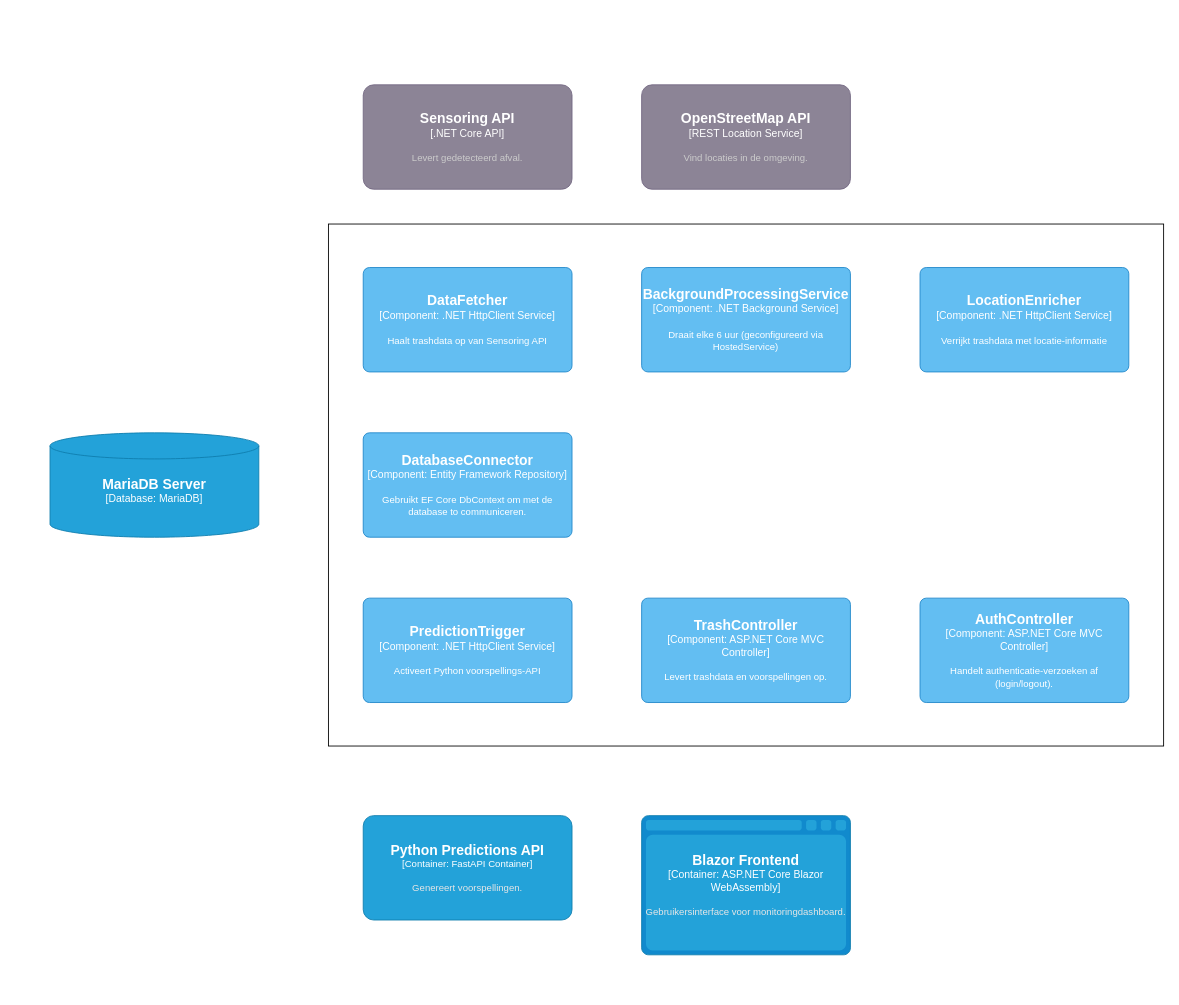
ChrisHorler/ICT1_4_ZwerfAfval keeps this draw.io diagram as documentation/C4/mainApiLayer3.drawio. Above is the earlier version. Source tidied: cells renumbered, new cells numbered last; positions are measured from the earlier drawing's top-left corner, leaving out a move shared by most shapes. Both pictures are drawn from the tidied source at 87%, with x=0, y=0 at pixel (50, 84).
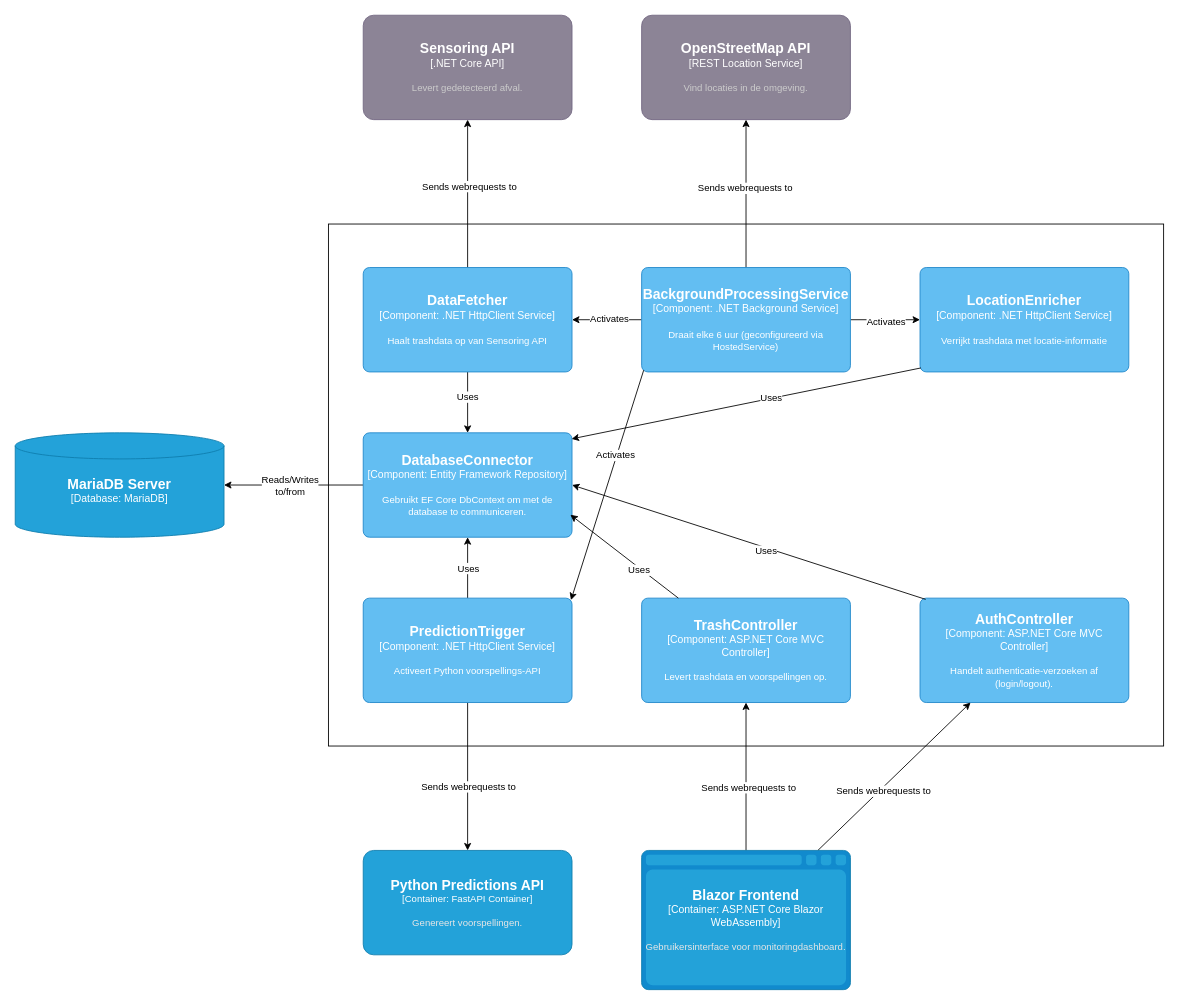
The same page after the edit.

Commit message (it also covers changes not shown here):
final design (hopefully)

Unchanged cells that the change refers to:
```xml
<object id="4" label="&lt;font style=&quot;font-size: 16px&quot;&gt;&lt;b&gt;%c4Name%&lt;/b&gt;&lt;/font&gt;&lt;div&gt;[%c4Type%: %c4Technology%]&lt;/div&gt;&lt;br&gt;&lt;div&gt;&lt;font style=&quot;font-size: 11px&quot;&gt;%c4Description%&lt;/font&gt;&lt;/div&gt;" c4Description="Handelt authenticatie-verzoeken af (login/logout)." c4Name="AuthController" c4Technology="ASP.NET Core MVC Controller" c4Type="Component" placeholders="1">
  <mxCell style="rounded=1;whiteSpace=wrap;html=1;labelBackgroundColor=none;fillColor=#63BEF2;fontColor=#ffffff;align=center;arcSize=6;strokeColor=#2086C9;points=[[0.25,0,0],[0.5,0,0],[0.75,0,0],[1,0.25,0],[1,0.5,0],[1,0.75,0],[0.75,1,0],[0.5,1,0],[0.25,1,0],[0,0.75,0],[0,0.5,0],[0,0.25,0]];" parent="1" vertex="1">
    <mxGeometry x="1000" y="590" width="240" height="120" as="geometry" />
  </mxCell>
</object>
<object id="6" label="&lt;font style=&quot;font-size: 16px&quot;&gt;&lt;b&gt;%c4Name%&lt;/b&gt;&lt;/font&gt;&lt;div&gt;[%c4Type%: %c4Technology%]&lt;/div&gt;&lt;br&gt;&lt;div&gt;&lt;font style=&quot;font-size: 11px&quot;&gt;%c4Description%&lt;/font&gt;&lt;/div&gt;" c4Description="Levert trashdata en voorspellingen op." c4Name="TrashController" c4Technology="ASP.NET Core MVC Controller" c4Type="Component" placeholders="1">
  <mxCell style="rounded=1;whiteSpace=wrap;html=1;labelBackgroundColor=none;fillColor=#63BEF2;fontColor=#ffffff;align=center;arcSize=6;strokeColor=#2086C9;points=[[0.25,0,0],[0.5,0,0],[0.75,0,0],[1,0.25,0],[1,0.5,0],[1,0.75,0],[0.75,1,0],[0.5,1,0],[0.25,1,0],[0,0.75,0],[0,0.5,0],[0,0.25,0]];" parent="1" vertex="1">
    <mxGeometry x="680" y="590" width="240" height="120" as="geometry" />
  </mxCell>
</object>
<object id="7" label="&lt;font style=&quot;font-size: 16px&quot;&gt;&lt;b&gt;%c4Name%&lt;/b&gt;&lt;/font&gt;&lt;div&gt;[%c4Type%: %c4Technology%]&lt;/div&gt;&lt;br&gt;&lt;div&gt;&lt;font style=&quot;font-size: 11px&quot;&gt;%c4Description%&lt;/font&gt;&lt;/div&gt;" c4Description="Draait elke 6 uur (geconfigureerd via HostedService)" c4Name="BackgroundProcessingService" c4Technology=".NET Background Service" c4Type="Component" placeholders="1">
  <mxCell style="rounded=1;whiteSpace=wrap;html=1;labelBackgroundColor=none;fillColor=#63BEF2;fontColor=#ffffff;align=center;arcSize=6;strokeColor=#2086C9;points=[[0.25,0,0],[0.5,0,0],[0.75,0,0],[1,0.25,0],[1,0.5,0],[1,0.75,0],[0.75,1,0],[0.5,1,0],[0.25,1,0],[0,0.75,0],[0,0.5,0],[0,0.25,0]];" parent="1" vertex="1">
    <mxGeometry x="680" y="210" width="240" height="120" as="geometry" />
  </mxCell>
</object>
<object id="8" label="&lt;font style=&quot;font-size: 16px&quot;&gt;&lt;b&gt;%c4Name%&lt;/b&gt;&lt;/font&gt;&lt;div&gt;[%c4Type%: %c4Technology%]&lt;/div&gt;&lt;br&gt;&lt;div&gt;&lt;font style=&quot;font-size: 11px&quot;&gt;%c4Description%&lt;/font&gt;&lt;/div&gt;" c4Description="Haalt trashdata op van Sensoring API" c4Name="DataFetcher" c4Technology=".NET HttpClient Service" c4Type="Component" placeholders="1">
  <mxCell style="rounded=1;whiteSpace=wrap;html=1;labelBackgroundColor=none;fillColor=#63BEF2;fontColor=#ffffff;align=center;arcSize=6;strokeColor=#2086C9;points=[[0.25,0,0],[0.5,0,0],[0.75,0,0],[1,0.25,0],[1,0.5,0],[1,0.75,0],[0.75,1,0],[0.5,1,0],[0.25,1,0],[0,0.75,0],[0,0.5,0],[0,0.25,0]];" parent="1" vertex="1">
    <mxGeometry x="360" y="210" width="240" height="120" as="geometry" />
  </mxCell>
</object>
<object id="9" label="&lt;font style=&quot;font-size: 16px&quot;&gt;&lt;b&gt;%c4Name%&lt;/b&gt;&lt;/font&gt;&lt;div&gt;[%c4Type%: %c4Technology%]&lt;/div&gt;&lt;br&gt;&lt;div&gt;&lt;font style=&quot;font-size: 11px&quot;&gt;%c4Description%&lt;/font&gt;&lt;/div&gt;" c4Description="Verrijkt trashdata met locatie-informatie" c4Name="LocationEnricher" c4Technology=".NET HttpClient Service" c4Type="Component" placeholders="1">
  <mxCell style="rounded=1;whiteSpace=wrap;html=1;labelBackgroundColor=none;fillColor=#63BEF2;fontColor=#ffffff;align=center;arcSize=6;strokeColor=#2086C9;points=[[0.25,0,0],[0.5,0,0],[0.75,0,0],[1,0.25,0],[1,0.5,0],[1,0.75,0],[0.75,1,0],[0.5,1,0],[0.25,1,0],[0,0.75,0],[0,0.5,0],[0,0.25,0]];" parent="1" vertex="1">
    <mxGeometry x="1000" y="210" width="240" height="120" as="geometry" />
  </mxCell>
</object>
<object id="10" label="&lt;font style=&quot;font-size: 16px&quot;&gt;&lt;b&gt;%c4Name%&lt;/b&gt;&lt;/font&gt;&lt;div&gt;[%c4Type%: %c4Technology%]&lt;/div&gt;&lt;br&gt;&lt;div&gt;&lt;font style=&quot;font-size: 11px&quot;&gt;%c4Description%&lt;/font&gt;&lt;/div&gt;" c4Description="Gebruikt EF Core DbContext om met de database to communiceren." c4Name="DatabaseConnector" c4Technology="Entity Framework Repository" c4Type="Component" placeholders="1">
  <mxCell style="rounded=1;whiteSpace=wrap;html=1;labelBackgroundColor=none;fillColor=#63BEF2;fontColor=#ffffff;align=center;arcSize=6;strokeColor=#2086C9;points=[[0.25,0,0],[0.5,0,0],[0.75,0,0],[1,0.25,0],[1,0.5,0],[1,0.75,0],[0.75,1,0],[0.5,1,0],[0.25,1,0],[0,0.75,0],[0,0.5,0],[0,0.25,0]];" parent="1" vertex="1">
    <mxGeometry x="360" y="400" width="240" height="120" as="geometry" />
  </mxCell>
</object>
<object id="11" label="&lt;font style=&quot;font-size: 16px&quot;&gt;&lt;b&gt;%c4Name%&lt;/b&gt;&lt;/font&gt;&lt;div&gt;[%c4Type%: %c4Technology%]&lt;/div&gt;&lt;br&gt;&lt;div&gt;&lt;font style=&quot;font-size: 11px&quot;&gt;%c4Description%&lt;/font&gt;&lt;/div&gt;" c4Description="Activeert Python voorspellings-API" c4Name="PredictionTrigger" c4Technology=".NET HttpClient Service" c4Type="Component" placeholders="1">
  <mxCell style="rounded=1;whiteSpace=wrap;html=1;labelBackgroundColor=none;fillColor=#63BEF2;fontColor=#ffffff;align=center;arcSize=6;strokeColor=#2086C9;points=[[0.25,0,0],[0.5,0,0],[0.75,0,0],[1,0.25,0],[1,0.5,0],[1,0.75,0],[0.75,1,0],[0.5,1,0],[0.25,1,0],[0,0.75,0],[0,0.5,0],[0,0.25,0]];" parent="1" vertex="1">
    <mxGeometry x="360" y="590" width="240" height="120" as="geometry" />
  </mxCell>
</object>
```

Diff of the diagram source:
```diff
@@
     <object id="3" label="&lt;font style=&quot;font-size: 16px&quot;&gt;&lt;b&gt;%c4Name%&lt;/b&gt;&lt;/font&gt;&lt;div&gt;[%c4Type%]&lt;/div&gt;&lt;br&gt;&lt;div&gt;&lt;font style=&quot;font-size: 11px&quot;&gt;&lt;font color=&quot;#cccccc&quot;&gt;%c4Description%&lt;/font&gt;&lt;/div&gt;" c4Description="Vind locaties in de omgeving." c4Name="OpenStreetMap API" c4Type="REST Location Service" placeholders="1">
       <mxCell style="rounded=1;whiteSpace=wrap;html=1;labelBackgroundColor=none;fillColor=#8C8496;fontColor=#ffffff;align=center;arcSize=10;strokeColor=#736782;points=[[0.25,0,0],[0.5,0,0],[0.75,0,0],[1,0.25,0],[1,0.5,0],[1,0.75,0],[0.75,1,0],[0.5,1,0],[0.25,1,0],[0,0.75,0],[0,0.5,0],[0,0.25,0]];" parent="1" vertex="1">
-        <mxGeometry x="680" width="240" height="120" as="geometry" />
+        <mxGeometry x="680" y="-80" width="240" height="120" as="geometry" />
       </mxCell>
     </object>
@@
     <object id="5" label="&lt;font style=&quot;font-size: 16px&quot;&gt;&lt;b&gt;%c4Name%&lt;/b&gt;&lt;/font&gt;&lt;div&gt;[%c4Type%]&lt;/div&gt;&lt;br&gt;&lt;div&gt;&lt;font style=&quot;font-size: 11px&quot;&gt;&lt;font color=&quot;#cccccc&quot;&gt;%c4Description%&lt;/font&gt;&lt;/div&gt;" c4Description="Levert gedetecteerd afval." c4Name="Sensoring API" c4Type=".NET Core API" placeholders="1">
       <mxCell style="rounded=1;whiteSpace=wrap;html=1;labelBackgroundColor=none;fillColor=#8C8496;fontColor=#ffffff;align=center;arcSize=10;strokeColor=#736782;points=[[0.25,0,0],[0.5,0,0],[0.75,0,0],[1,0.25,0],[1,0.5,0],[1,0.75,0],[0.75,1,0],[0.5,1,0],[0.25,1,0],[0,0.75,0],[0,0.5,0],[0,0.25,0]];" parent="1" vertex="1">
-        <mxGeometry x="360" width="240" height="120" as="geometry" />
+        <mxGeometry x="360" y="-80" width="240" height="120" as="geometry" />
       </mxCell>
     </object>
@@
+    <mxCell id="15" style="edgeStyle=orthogonalEdgeStyle;rounded=0;jettySize=auto;html=1;" parent="1" edge="1" source="7" target="8">
+      <mxGeometry relative="1" as="geometry" />
+    </mxCell>
+    <mxCell id="16" value="Activates" style="edgeLabel;html=1;align=center;verticalAlign=middle;" parent="15" vertex="1">
+      <mxGeometry x="-0.04" y="-2" relative="1" as="geometry" />
+    </mxCell>
+    <mxCell id="17" style="edgeStyle=orthogonalEdgeStyle;rounded=0;jettySize=auto;html=1;" parent="1" edge="1" source="7" target="9">
+      <mxGeometry relative="1" as="geometry" />
+    </mxCell>
+    <mxCell id="18" value="Activates" style="edgeLabel;html=1;align=center;verticalAlign=middle;" parent="17" vertex="1">
+      <mxGeometry y="-1" relative="1" as="geometry" />
+    </mxCell>
+    <mxCell id="19" style="edgeStyle=orthogonalEdgeStyle;rounded=0;jettySize=auto;html=1;" parent="1" edge="1" source="7" target="3">
+      <mxGeometry relative="1" as="geometry" />
+    </mxCell>
+    <mxCell id="20" value="Sends webrequests to" style="edgeLabel;html=1;align=center;verticalAlign=middle;" parent="19" vertex="1">
+      <mxGeometry x="0.08" y="2" relative="1" as="geometry" />
+    </mxCell>
@@
+    <mxCell id="21" style="edgeStyle=orthogonalEdgeStyle;rounded=0;jettySize=auto;html=1;" parent="1" edge="1" source="8" target="10">
+      <mxGeometry relative="1" as="geometry" />
+    </mxCell>
+    <mxCell id="22" value="Uses" style="edgeLabel;html=1;align=center;verticalAlign=middle;" parent="21" vertex="1">
+      <mxGeometry x="-0.2" y="-1" relative="1" as="geometry" />
+    </mxCell>
+    <mxCell id="23" style="edgeStyle=orthogonalEdgeStyle;rounded=0;jettySize=auto;html=1;" parent="1" edge="1" source="8" target="5">
+      <mxGeometry relative="1" as="geometry" />
+    </mxCell>
+    <mxCell id="24" value="Sends webrequests to" style="edgeLabel;html=1;align=center;verticalAlign=middle;" parent="23" vertex="1">
+      <mxGeometry x="0.1" y="-1" relative="1" as="geometry" />
+    </mxCell>
@@
+    <mxCell id="25" style="edgeStyle=orthogonalEdgeStyle;rounded=0;jettySize=auto;html=1;" parent="1" edge="1" source="10" target="12">
+      <mxGeometry relative="1" as="geometry" />
+    </mxCell>
+    <mxCell id="26" value="Reads/Writes&lt;div&gt;to/from&lt;/div&gt;" style="edgeLabel;html=1;align=center;verticalAlign=middle;" parent="25" vertex="1">
+      <mxGeometry x="0.29" y="-2" relative="1" as="geometry">
+        <mxPoint x="18" y="2" as="offset" />
+      </mxGeometry>
+    </mxCell>
@@
+    <mxCell id="27" style="edgeStyle=orthogonalEdgeStyle;rounded=0;jettySize=auto;html=1;" parent="1" edge="1" source="11" target="10">
+      <mxGeometry relative="1" as="geometry" />
+    </mxCell>
+    <mxCell id="28" value="Uses" style="edgeLabel;html=1;align=center;verticalAlign=middle;" parent="27" vertex="1">
+      <mxGeometry x="0.01" relative="1" as="geometry" />
+    </mxCell>
+    <mxCell id="29" style="edgeStyle=orthogonalEdgeStyle;rounded=0;jettySize=auto;html=1;" parent="1" edge="1" source="11" target="13">
+      <mxGeometry relative="1" as="geometry" />
+    </mxCell>
+    <mxCell id="30" value="Sends webrequests to" style="edgeLabel;html=1;align=center;verticalAlign=middle;" parent="29" vertex="1">
+      <mxGeometry x="0.13" relative="1" as="geometry" />
+    </mxCell>
@@
     <object id="12" label="&lt;font style=&quot;font-size: 16px&quot;&gt;&lt;b&gt;%c4Name%&lt;/b&gt;&lt;/font&gt;&lt;div&gt;[%c4Type%:&amp;nbsp;%c4Technology%]&lt;/div&gt;&lt;br&gt;&lt;div&gt;&lt;font style=&quot;font-size: 11px&quot;&gt;&lt;font color=&quot;#E6E6E6&quot;&gt;%c4Description%&lt;/font&gt;&lt;/div&gt;" c4Description="" c4Name="MariaDB Server" c4Technology="MariaDB" c4Type="Database" placeholders="1">
       <mxCell style="shape=cylinder3;size=15;whiteSpace=wrap;html=1;boundedLbl=1;rounded=0;labelBackgroundColor=none;fillColor=#23A2D9;fontSize=12;fontColor=#ffffff;align=center;strokeColor=#0E7DAD;points=[[0.5,0,0],[1,0.25,0],[1,0.5,0],[1,0.75,0],[0.5,1,0],[0,0.75,0],[0,0.5,0],[0,0.25,0]];" parent="1" vertex="1">
-        <mxGeometry y="400" width="240" height="120" as="geometry" />
+        <mxGeometry x="-40" y="400" width="240" height="120" as="geometry" />
       </mxCell>
     </object>
     <object id="13" label="&lt;font style=&quot;font-size: 16px&quot;&gt;&lt;b&gt;%c4Name%&lt;/b&gt;&lt;/font&gt;&lt;div&gt;[%c4Type%: %c4Technology%]&lt;/div&gt;&lt;br&gt;&lt;div&gt;&lt;font style=&quot;font-size: 11px&quot;&gt;&lt;font color=&quot;#E6E6E6&quot;&gt;%c4Description%&lt;/font&gt;&lt;/div&gt;" c4Description="Genereert voorspellingen." c4Name="Python Predictions API" c4Technology="FastAPI Container" c4Type="Container" placeholders="1">
       <mxCell style="rounded=1;whiteSpace=wrap;html=1;fontSize=11;labelBackgroundColor=none;fillColor=#23A2D9;fontColor=#ffffff;align=center;arcSize=10;strokeColor=#0E7DAD;points=[[0.25,0,0],[0.5,0,0],[0.75,0,0],[1,0.25,0],[1,0.5,0],[1,0.75,0],[0.75,1,0],[0.5,1,0],[0.25,1,0],[0,0.75,0],[0,0.5,0],[0,0.25,0]];" parent="1" vertex="1">
-        <mxGeometry x="360" y="840" width="240" height="120" as="geometry" />
+        <mxGeometry x="360" y="880" width="240" height="120" as="geometry" />
       </mxCell>
     </object>
+    <mxCell id="31" style="edgeStyle=orthogonalEdgeStyle;rounded=0;jettySize=auto;html=1;" parent="1" edge="1" source="14" target="6">
+      <mxGeometry relative="1" as="geometry" />
+    </mxCell>
+    <mxCell id="32" value="Sends webrequests to" style="edgeLabel;html=1;align=center;verticalAlign=middle;" parent="31" vertex="1">
+      <mxGeometry x="-0.14" y="-2" relative="1" as="geometry" />
+    </mxCell>
+    <mxCell id="33" style="rounded=0;jettySize=auto;html=1;" parent="1" edge="1" source="14" target="4">
+      <mxGeometry relative="1" as="geometry" />
+    </mxCell>
+    <mxCell id="34" value="Sends webrequests to" style="edgeLabel;html=1;align=center;verticalAlign=middle;" parent="33" vertex="1">
+      <mxGeometry x="-0.17" y="-3" relative="1" as="geometry" />
+    </mxCell>
     <object id="14" label="&lt;font style=&quot;font-size: 16px&quot;&gt;&lt;b&gt;%c4Name%&lt;/b&gt;&lt;/font&gt;&lt;div&gt;[%c4Type%:&amp;nbsp;%c4Technology%]&lt;/div&gt;&lt;br&gt;&lt;div&gt;&lt;font style=&quot;font-size: 11px&quot;&gt;&lt;font color=&quot;#E6E6E6&quot;&gt;%c4Description%&lt;/font&gt;&lt;/div&gt;" c4Description="Gebruikersinterface voor monitoringdashboard." c4Name="Blazor Frontend" c4Technology="ASP.NET Core Blazor WebAssembly" c4Type="Container" placeholders="1">
       <mxCell style="shape=mxgraph.c4.webBrowserContainer2;whiteSpace=wrap;html=1;boundedLbl=1;rounded=0;labelBackgroundColor=none;strokeColor=#118ACD;fillColor=#23A2D9;strokeColor=#118ACD;strokeColor2=#0E7DAD;fontSize=12;fontColor=#ffffff;align=center;points=[[0.5,0,0],[1,0.25,0],[1,0.5,0],[1,0.75,0],[0.5,1,0],[0,0.75,0],[0,0.5,0],[0,0.25,0]];" parent="1" vertex="1">
-        <mxGeometry x="680" y="840" width="240" height="160" as="geometry" />
+        <mxGeometry x="680" y="880" width="240" height="160" as="geometry" />
       </mxCell>
     </object>
+    <mxCell id="35" style="rounded=0;jettySize=auto;html=1;entryX=0.995;entryY=0.019;entryDx=0;entryDy=0;entryPerimeter=0;exitX=0.01;exitY=0.983;exitDx=0;exitDy=0;exitPerimeter=0;" parent="1" edge="1" source="7" target="11">
+      <mxGeometry relative="1" as="geometry" />
+    </mxCell>
+    <mxCell id="36" value="Activates" style="edgeLabel;html=1;align=center;verticalAlign=middle;" parent="35" vertex="1">
+      <mxGeometry x="-0.26" y="-2" relative="1" as="geometry" />
+    </mxCell>
+    <mxCell id="37" style="rounded=0;jettySize=auto;html=1;entryX=0.998;entryY=0.058;entryDx=0;entryDy=0;entryPerimeter=0;exitX=0.004;exitY=0.962;exitDx=0;exitDy=0;exitPerimeter=0;" parent="1" edge="1" source="9" target="10">
+      <mxGeometry relative="1" as="geometry" />
+    </mxCell>
+    <mxCell id="38" value="Uses" style="edgeLabel;html=1;align=center;verticalAlign=middle;" parent="37" vertex="1">
+      <mxGeometry x="-0.14" y="-1" relative="1" as="geometry" />
+    </mxCell>
+    <mxCell id="39" style="rounded=0;jettySize=auto;html=1;entryX=0.992;entryY=0.785;entryDx=0;entryDy=0;entryPerimeter=0;" parent="1" edge="1" source="6" target="10">
+      <mxGeometry relative="1" as="geometry" />
+    </mxCell>
+    <mxCell id="40" value="Uses" style="edgeLabel;html=1;align=center;verticalAlign=middle;" parent="39" vertex="1">
+      <mxGeometry x="-0.29" y="2" relative="1" as="geometry" />
+    </mxCell>
+    <mxCell id="41" style="rounded=0;jettySize=auto;html=1;entryX=1;entryY=0.5;entryDx=0;entryDy=0;entryPerimeter=0;exitX=0.027;exitY=0.012;exitDx=0;exitDy=0;exitPerimeter=0;" parent="1" edge="1" source="4" target="10">
+      <mxGeometry relative="1" as="geometry" />
+    </mxCell>
+    <mxCell id="42" value="Uses" style="edgeLabel;html=1;align=center;verticalAlign=middle;" parent="41" vertex="1">
+      <mxGeometry x="-0.1" y="3" relative="1" as="geometry" />
+    </mxCell>
```
